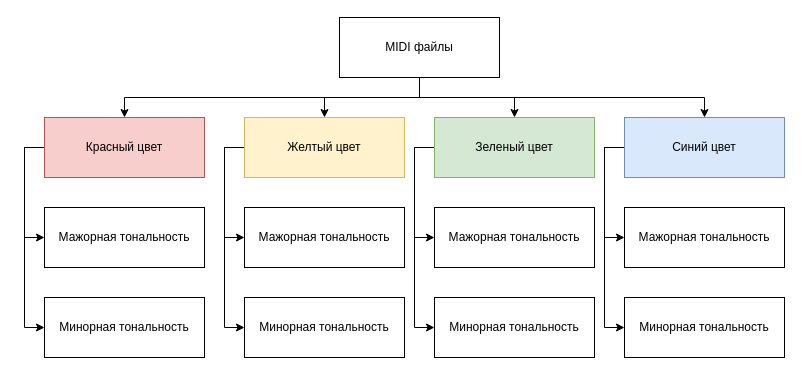
Earlier version of the draw.io diagram page "colors class" (8 of 45) of docs/diags/diag.drawio (lenoleuum/bmstu-diploma). Source tidied: cells renumbered, new cells numbered last; positions are measured from the earlier drawing's top-left corner, leaving out a move shared by most shapes. Both pictures are drawn from the tidied source at 100%, with x=0, y=0 at pixel (44, 17).
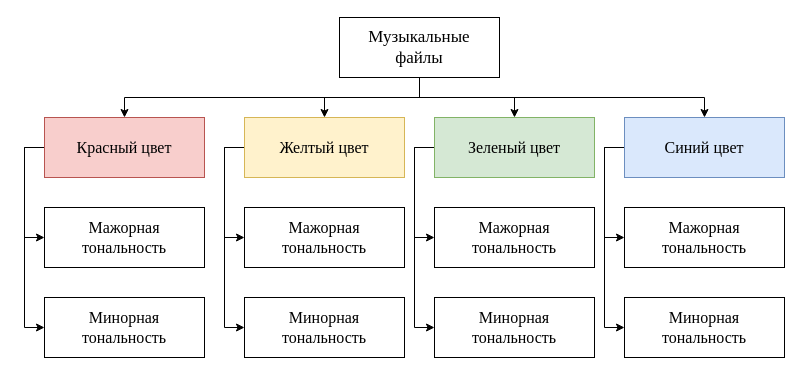
Above is the later version.

The edit, as a diff of the source:
```diff
@@
-    <mxCell id="6" value="MIDI файлы" style="rounded=0;whiteSpace=wrap;html=1;" parent="1" vertex="1">
+    <mxCell id="6" value="&lt;font face=&quot;Times New Roman&quot; style=&quot;font-size: 17px&quot;&gt;Музыкальные &lt;br&gt;файлы&lt;/font&gt;" style="rounded=0;whiteSpace=wrap;html=1;" parent="1" vertex="1">
       <mxGeometry x="295" width="160" height="60" as="geometry" />
     </mxCell>
@@
-    <mxCell id="9" value="Красный цвет" style="rounded=0;whiteSpace=wrap;html=1;fillColor=#f8cecc;strokeColor=#b85450;" parent="1" vertex="1">
+    <mxCell id="9" value="&lt;font face=&quot;Times New Roman&quot; style=&quot;font-size: 16px&quot;&gt;Красный цвет&lt;/font&gt;" style="rounded=0;whiteSpace=wrap;html=1;fillColor=#f8cecc;strokeColor=#b85450;" parent="1" vertex="1">
       <mxGeometry y="100" width="160" height="60" as="geometry" />
     </mxCell>
@@
-    <mxCell id="12" value="&lt;span&gt;Желтый цвет&lt;/span&gt;" style="rounded=0;whiteSpace=wrap;html=1;fillColor=#fff2cc;strokeColor=#d6b656;" parent="1" vertex="1">
+    <mxCell id="12" value="&lt;span&gt;&lt;font face=&quot;Times New Roman&quot; style=&quot;font-size: 16px&quot;&gt;Желтый цвет&lt;/font&gt;&lt;/span&gt;" style="rounded=0;whiteSpace=wrap;html=1;fillColor=#fff2cc;strokeColor=#d6b656;" parent="1" vertex="1">
       <mxGeometry x="200" y="100" width="160" height="60" as="geometry" />
     </mxCell>
@@
-    <mxCell id="15" value="&lt;span&gt;Зеленый цвет&lt;/span&gt;" style="rounded=0;whiteSpace=wrap;html=1;fillColor=#d5e8d4;strokeColor=#82b366;" parent="1" vertex="1">
+    <mxCell id="15" value="&lt;span&gt;&lt;font face=&quot;Times New Roman&quot; style=&quot;font-size: 16px&quot;&gt;Зеленый цвет&lt;/font&gt;&lt;/span&gt;" style="rounded=0;whiteSpace=wrap;html=1;fillColor=#d5e8d4;strokeColor=#82b366;" parent="1" vertex="1">
       <mxGeometry x="390" y="100" width="160" height="60" as="geometry" />
     </mxCell>
@@
-    <mxCell id="18" value="&lt;span&gt;Синий цвет&lt;/span&gt;" style="rounded=0;whiteSpace=wrap;html=1;fillColor=#dae8fc;strokeColor=#6c8ebf;" parent="1" vertex="1">
+    <mxCell id="18" value="&lt;span&gt;&lt;font face=&quot;Times New Roman&quot; style=&quot;font-size: 16px&quot;&gt;Синий цвет&lt;/font&gt;&lt;/span&gt;" style="rounded=0;whiteSpace=wrap;html=1;fillColor=#dae8fc;strokeColor=#6c8ebf;" parent="1" vertex="1">
       <mxGeometry x="580" y="100" width="160" height="60" as="geometry" />
     </mxCell>
-    <mxCell id="19" value="Мажорная тональность" style="rounded=0;whiteSpace=wrap;html=1;" parent="1" vertex="1">
+    <mxCell id="19" value="&lt;font face=&quot;Times New Roman&quot; style=&quot;font-size: 16px&quot;&gt;Мажорная тональность&lt;/font&gt;" style="rounded=0;whiteSpace=wrap;html=1;" parent="1" vertex="1">
       <mxGeometry y="190" width="160" height="60" as="geometry" />
     </mxCell>
-    <mxCell id="20" value="Минорная тональность" style="rounded=0;whiteSpace=wrap;html=1;" parent="1" vertex="1">
+    <mxCell id="20" value="&lt;font face=&quot;Times New Roman&quot; style=&quot;font-size: 16px&quot;&gt;Минорная тональность&lt;/font&gt;" style="rounded=0;whiteSpace=wrap;html=1;" parent="1" vertex="1">
       <mxGeometry y="280" width="160" height="60" as="geometry" />
     </mxCell>
-    <mxCell id="21" value="Мажорная тональность" style="rounded=0;whiteSpace=wrap;html=1;" parent="1" vertex="1">
+    <mxCell id="21" value="&lt;font face=&quot;Times New Roman&quot; style=&quot;font-size: 16px&quot;&gt;Мажорная тональность&lt;/font&gt;" style="rounded=0;whiteSpace=wrap;html=1;" parent="1" vertex="1">
       <mxGeometry x="200" y="190" width="160" height="60" as="geometry" />
     </mxCell>
-    <mxCell id="22" value="Минорная тональность" style="rounded=0;whiteSpace=wrap;html=1;" parent="1" vertex="1">
+    <mxCell id="22" value="&lt;font face=&quot;Times New Roman&quot; style=&quot;font-size: 16px&quot;&gt;Минорная тональность&lt;/font&gt;" style="rounded=0;whiteSpace=wrap;html=1;" parent="1" vertex="1">
       <mxGeometry x="200" y="280" width="160" height="60" as="geometry" />
     </mxCell>
-    <mxCell id="23" value="Мажорная тональность" style="rounded=0;whiteSpace=wrap;html=1;" parent="1" vertex="1">
+    <mxCell id="23" value="&lt;font face=&quot;Times New Roman&quot; style=&quot;font-size: 16px&quot;&gt;Мажорная тональность&lt;/font&gt;" style="rounded=0;whiteSpace=wrap;html=1;" parent="1" vertex="1">
       <mxGeometry x="390" y="190" width="160" height="60" as="geometry" />
     </mxCell>
-    <mxCell id="24" value="Минорная тональность" style="rounded=0;whiteSpace=wrap;html=1;" parent="1" vertex="1">
+    <mxCell id="24" value="&lt;font face=&quot;Times New Roman&quot; style=&quot;font-size: 16px&quot;&gt;Минорная тональность&lt;/font&gt;" style="rounded=0;whiteSpace=wrap;html=1;" parent="1" vertex="1">
       <mxGeometry x="390" y="280" width="160" height="60" as="geometry" />
     </mxCell>
-    <mxCell id="25" value="Мажорная тональность" style="rounded=0;whiteSpace=wrap;html=1;" parent="1" vertex="1">
+    <mxCell id="25" value="&lt;font face=&quot;Times New Roman&quot; style=&quot;font-size: 16px&quot;&gt;Мажорная тональность&lt;/font&gt;" style="rounded=0;whiteSpace=wrap;html=1;" parent="1" vertex="1">
       <mxGeometry x="580" y="190" width="160" height="60" as="geometry" />
     </mxCell>
-    <mxCell id="26" value="Минорная тональность" style="rounded=0;whiteSpace=wrap;html=1;" parent="1" vertex="1">
+    <mxCell id="26" value="&lt;font face=&quot;Times New Roman&quot; style=&quot;font-size: 16px&quot;&gt;Минорная тональность&lt;/font&gt;" style="rounded=0;whiteSpace=wrap;html=1;" parent="1" vertex="1">
       <mxGeometry x="580" y="280" width="160" height="60" as="geometry" />
     </mxCell>
```
